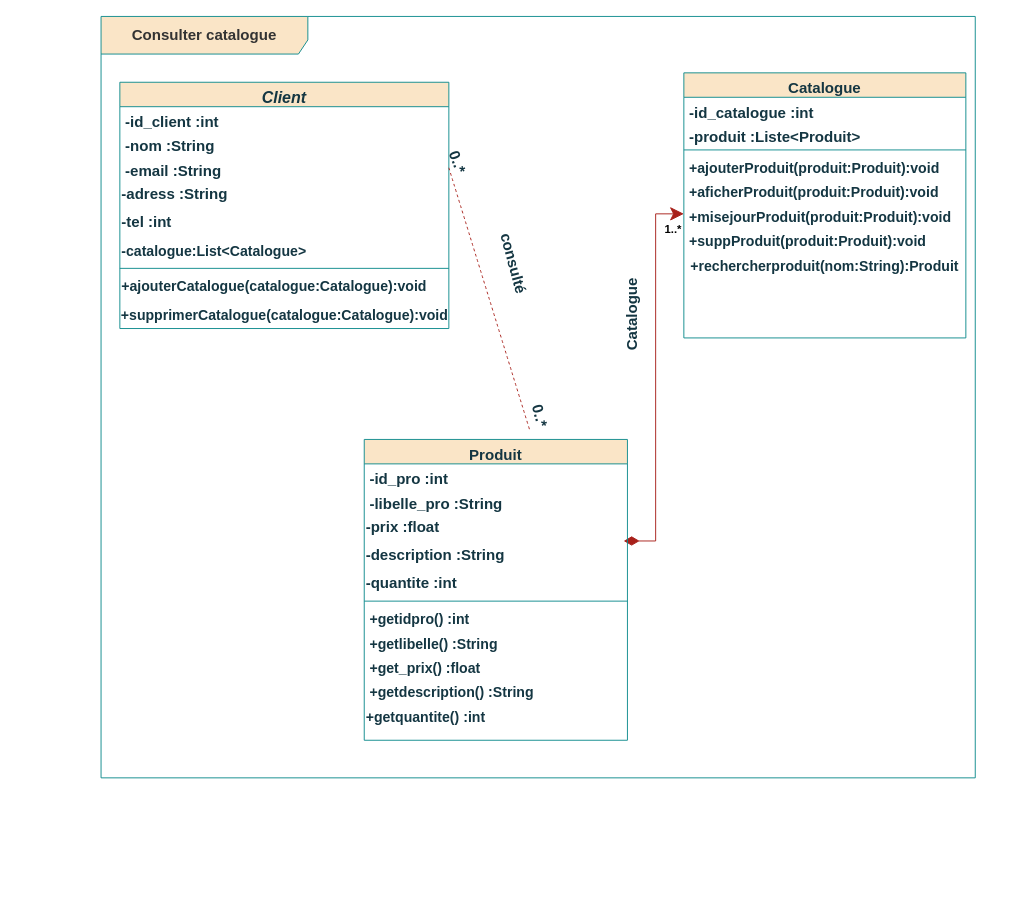
Before: page "Page-1" (1 of 3) of Class Diagram.drawio in hananemazyan/DIAGRAMS, a draw.io diagram. Source tidied: cells renumbered, new cells numbered last; positions are measured from the earlier drawing's top-left corner, leaving out a move shared by most shapes. Both pictures are drawn from the tidied source at 94%, with x=0, y=0 at pixel (101, 16).
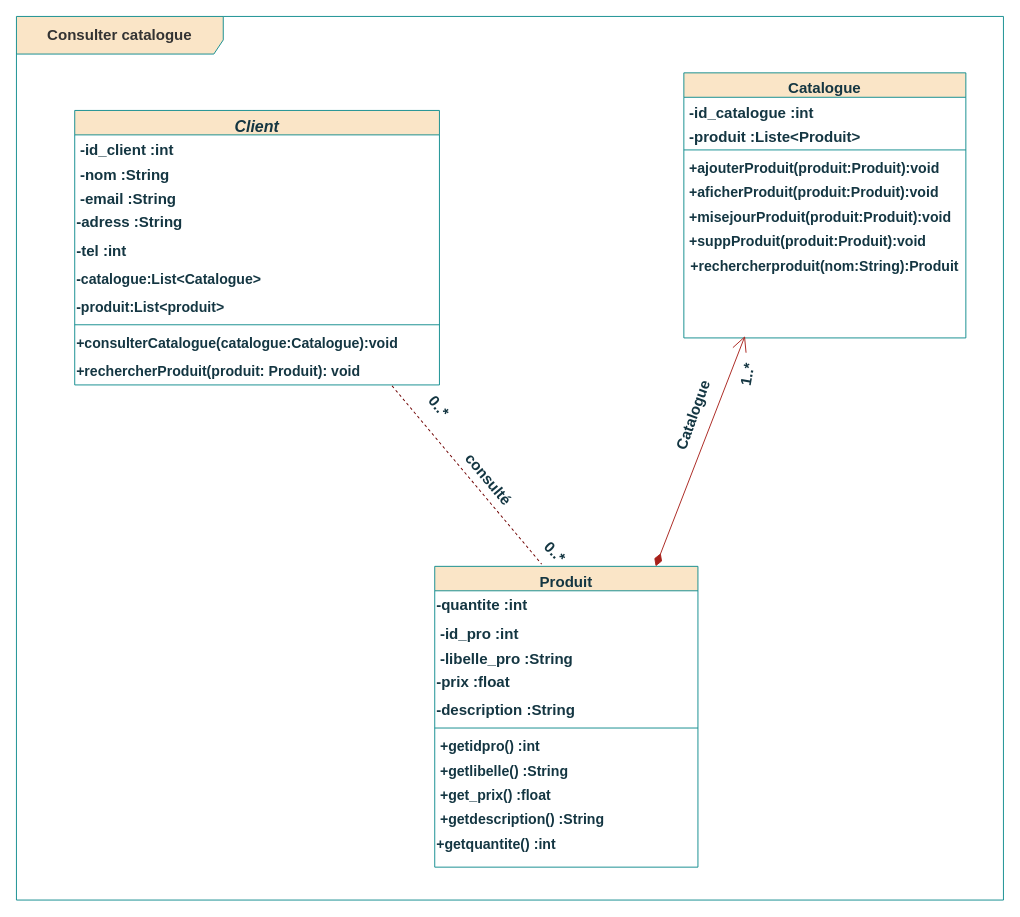
Above is the later version.

The edit, as a diff of the source:
```diff
@@
     <mxCell id="2" value="Client" style="swimlane;fontStyle=3;align=center;verticalAlign=top;horizontal=1;startSize=26;rounded=0;shadow=0;strokeWidth=1;fontSize=17;fillColor=#FAE5C7;strokeColor=#0F8B8D;fontColor=#143642;labelBackgroundColor=none;" parent="1" vertex="1">
-      <mxGeometry x="20" y="70" width="350" height="262" as="geometry" />
+      <mxGeometry x="-28" y="100" width="388" height="292" as="geometry" />
     </mxCell>
     <mxCell id="3" value="-id_client :int" style="text;align=left;verticalAlign=top;spacingLeft=4;spacingRight=4;overflow=hidden;fontSize=16;fontStyle=1;labelBackgroundColor=none;fontColor=#143642;" parent="2" vertex="1">
-      <mxGeometry y="26" width="350" height="26" as="geometry" />
+      <mxGeometry y="26" width="388" height="26" as="geometry" />
     </mxCell>
     <mxCell id="4" value="-nom :String" style="text;align=left;verticalAlign=top;spacingLeft=4;spacingRight=4;overflow=hidden;rounded=0;shadow=0;html=0;fontSize=16;fontStyle=1;labelBackgroundColor=none;fontColor=#143642;" parent="2" vertex="1">
-      <mxGeometry y="52" width="350" height="26" as="geometry" />
+      <mxGeometry y="52" width="388" height="26" as="geometry" />
     </mxCell>
     <mxCell id="5" value="-email :String" style="text;align=left;verticalAlign=top;spacingLeft=4;spacingRight=4;overflow=hidden;points=[[0,0.5],[1,0.5]];portConstraint=eastwest;rounded=0;shadow=0;html=0;fontSize=16;fontStyle=1;labelBackgroundColor=none;fontColor=#143642;" parent="2" vertex="1">
-      <mxGeometry y="78" width="350" height="26" as="geometry" />
+      <mxGeometry y="78" width="388" height="26" as="geometry" />
     </mxCell>
     <mxCell id="6" value="&lt;b&gt;-adress :String&lt;/b&gt;" style="text;strokeColor=none;fillColor=none;html=1;align=left;verticalAlign=middle;whiteSpace=wrap;rounded=0;fontSize=16;labelBackgroundColor=none;fontColor=#143642;" parent="2" vertex="1">
-      <mxGeometry y="104" width="350" height="30" as="geometry" />
+      <mxGeometry y="104" width="388" height="30" as="geometry" />
     </mxCell>
     <mxCell id="7" value="&lt;b&gt;-tel :int&lt;/b&gt;" style="text;strokeColor=none;fillColor=none;html=1;align=left;verticalAlign=middle;whiteSpace=wrap;rounded=0;fontSize=16;labelBackgroundColor=none;fontColor=#143642;" parent="2" vertex="1">
-      <mxGeometry y="134" width="350" height="30" as="geometry" />
+      <mxGeometry y="134" width="388" height="30" as="geometry" />
     </mxCell>
     <mxCell id="8" value="&lt;span style=&quot;font-size: 15px;&quot;&gt;&lt;b&gt;-catalogue:List&amp;lt;Catalogue&amp;gt;&lt;/b&gt;&lt;/span&gt;" style="text;strokeColor=none;fillColor=none;html=1;align=left;verticalAlign=middle;whiteSpace=wrap;rounded=0;fontSize=16;labelBackgroundColor=none;fontColor=#143642;" parent="2" vertex="1">
-      <mxGeometry y="164" width="350" height="30" as="geometry" />
+      <mxGeometry y="164" width="388" height="30" as="geometry" />
     </mxCell>
+    <mxCell id="40" value="&lt;b style=&quot;font-size: 15px;&quot;&gt;-produit:List&amp;lt;produit&amp;gt;&lt;/b&gt;" style="text;strokeColor=none;fillColor=none;html=1;align=left;verticalAlign=middle;whiteSpace=wrap;rounded=0;fontSize=16;fontColor=#143642;" parent="2" vertex="1">
+      <mxGeometry y="194" width="388" height="30" as="geometry" />
+    </mxCell>
     <mxCell id="9" style="line;html=1;strokeWidth=1;align=left;verticalAlign=middle;spacingTop=-1;spacingLeft=3;spacingRight=3;labelPosition=right;strokeColor=#0F8B8D;labelBackgroundColor=none;fillColor=#FAE5C7;fontColor=#143642;" parent="2" vertex="1">
-      <mxGeometry y="194" width="350" height="8" as="geometry" />
+      <mxGeometry y="224" width="388" height="8" as="geometry" />
     </mxCell>
-    <mxCell id="10" value="&lt;b&gt;+ajouterCatalogue(catalogue:Catalogue):void&lt;/b&gt;" style="text;html=1;align=left;verticalAlign=middle;whiteSpace=wrap;rounded=0;fontSize=15;strokeWidth=5;fillColor=none;strokeColor=none;glass=0;labelBackgroundColor=none;fontColor=#143642;" parent="2" vertex="1">
-      <mxGeometry y="202" width="350" height="30" as="geometry" />
+    <mxCell id="10" value="&lt;b&gt;+consulterCatalogue(catalogue:Catalogue):void&lt;/b&gt;" style="text;html=1;align=left;verticalAlign=middle;whiteSpace=wrap;rounded=0;fontSize=15;strokeWidth=5;fillColor=none;strokeColor=none;glass=0;labelBackgroundColor=none;fontColor=#143642;" parent="2" vertex="1">
+      <mxGeometry y="232" width="388" height="30" as="geometry" />
     </mxCell>
-    <mxCell id="11" value="&lt;b&gt;+supprimerCatalogue(catalogue:Catalogue):void&lt;/b&gt;" style="text;html=1;align=center;verticalAlign=middle;strokeColor=none;fillColor=none;fontSize=15;labelBackgroundColor=none;fontColor=#143642;" parent="2" vertex="1">
-      <mxGeometry y="232" width="350" height="30" as="geometry" />
+    <mxCell id="11" value="&lt;b&gt;+rechercherProduit(produit: Produit): void&lt;/b&gt;" style="text;html=1;align=left;verticalAlign=middle;strokeColor=none;fillColor=none;fontSize=15;labelBackgroundColor=none;fontColor=#143642;" parent="2" vertex="1">
+      <mxGeometry y="262" width="388" height="30" as="geometry" />
     </mxCell>
-    <mxCell id="12" value="&lt;b&gt;1..*&lt;/b&gt;" style="endArrow=classic;html=1;endSize=12;startArrow=diamondThin;startSize=14;startFill=1;edgeStyle=elbowEdgeStyle;align=left;verticalAlign=bottom;rounded=0;fontSize=12;exitX=0.75;exitY=0;exitDx=0;exitDy=0;entryX=-0.007;entryY=0.769;entryDx=0;entryDy=0;entryPerimeter=0;labelBackgroundColor=none;strokeColor=#A8201A;fontColor=default;endFill=1;" parent="1" edge="1">
-      <mxGeometry x="0.73" y="-8" relative="1" as="geometry">
-        <mxPoint x="556" y="558" as="sourcePoint" />
-        <mxPoint x="620" y="210" as="targetPoint" />
-        <Array as="points">
-          <mxPoint x="590" y="438" />
-        </Array>
-      </mxGeometry>
-    </mxCell>
     <mxCell id="13" value="Produit" style="swimlane;fontStyle=1;align=center;verticalAlign=top;horizontal=1;startSize=26;rounded=0;shadow=0;strokeWidth=1;fontSize=16;fillColor=#FAE5C7;fontColor=#143642;strokeColor=#0F8B8D;labelBackgroundColor=none;" parent="1" vertex="1">
-      <mxGeometry x="280" y="450" width="280" height="320" as="geometry" />
+      <mxGeometry x="355" y="585" width="280" height="320" as="geometry" />
     </mxCell>
+    <mxCell id="18" value="&lt;b&gt;-quantite :int&lt;/b&gt;" style="text;strokeColor=none;fillColor=none;html=1;align=left;verticalAlign=middle;whiteSpace=wrap;rounded=0;fontSize=16;labelBackgroundColor=none;fontColor=#143642;" parent="13" vertex="1">
+      <mxGeometry y="26" width="280" height="30" as="geometry" />
+    </mxCell>
     <mxCell id="14" value="-id_pro :int" style="text;align=left;verticalAlign=top;spacingLeft=4;spacingRight=4;overflow=hidden;fontSize=16;fontStyle=1;labelBackgroundColor=none;fontColor=#143642;" parent="13" vertex="1">
-      <mxGeometry y="26" width="280" height="26" as="geometry" />
+      <mxGeometry y="56" width="280" height="26" as="geometry" />
     </mxCell>
     <mxCell id="15" value="-libelle_pro :String" style="text;align=left;verticalAlign=top;spacingLeft=4;spacingRight=4;overflow=hidden;rounded=0;shadow=0;html=0;fontStyle=1;fontSize=16;labelBackgroundColor=none;fontColor=#143642;" parent="13" vertex="1">
-      <mxGeometry y="52" width="280" height="26" as="geometry" />
+      <mxGeometry y="82" width="280" height="26" as="geometry" />
     </mxCell>
     <mxCell id="16" value="&lt;b&gt;-prix :float&lt;/b&gt;" style="text;strokeColor=none;fillColor=none;html=1;align=left;verticalAlign=middle;whiteSpace=wrap;rounded=0;fontSize=16;labelBackgroundColor=none;fontColor=#143642;" parent="13" vertex="1">
-      <mxGeometry y="78" width="280" height="30" as="geometry" />
+      <mxGeometry y="108" width="280" height="30" as="geometry" />
     </mxCell>
     <mxCell id="17" value="&lt;b&gt;-description :String&lt;/b&gt;" style="text;strokeColor=none;fillColor=none;html=1;align=left;verticalAlign=middle;whiteSpace=wrap;rounded=0;fontSize=16;labelBackgroundColor=none;fontColor=#143642;" parent="13" vertex="1">
-      <mxGeometry y="108" width="280" height="30" as="geometry" />
+      <mxGeometry y="138" width="280" height="30" as="geometry" />
     </mxCell>
-    <mxCell id="18" value="&lt;b&gt;-quantite :int&lt;/b&gt;" style="text;strokeColor=none;fillColor=none;html=1;align=left;verticalAlign=middle;whiteSpace=wrap;rounded=0;fontSize=16;labelBackgroundColor=none;fontColor=#143642;" parent="13" vertex="1">
-      <mxGeometry y="138" width="280" height="30" as="geometry" />
-    </mxCell>
@@
-    <mxCell id="34" style="endArrow=none;dashed=1;html=1;rounded=0;fontSize=12;startSize=8;endSize=8;curved=1;exitX=1;exitY=0.5;exitDx=0;exitDy=0;labelBackgroundColor=none;strokeColor=#A8201A;fontColor=default;" parent="1" edge="1" source="5">
-      <mxGeometry relative="1" as="geometry">
-        <mxPoint x="456" y="440" as="targetPoint" />
-      </mxGeometry>
-    </mxCell>
-    <mxCell id="35" value="&lt;b&gt;consulté&amp;nbsp;&lt;/b&gt;" style="text;strokeColor=none;fillColor=none;html=1;align=center;verticalAlign=middle;whiteSpace=wrap;rounded=0;fontSize=16;rotation=75;labelBackgroundColor=none;fontColor=#143642;" parent="1" vertex="1">
-      <mxGeometry x="370" y="250" width="140" height="30" as="geometry" />
+    <mxCell id="35" value="&lt;b&gt;consulté&amp;nbsp;&lt;/b&gt;" style="text;strokeColor=none;fillColor=none;html=1;align=center;verticalAlign=middle;whiteSpace=wrap;rounded=0;fontSize=16;rotation=50;labelBackgroundColor=none;fontColor=#143642;" parent="1" vertex="1">
+      <mxGeometry x="344" y="479.1" width="140" height="30" as="geometry" />
     </mxCell>
-    <mxCell id="36" value="&lt;b&gt;0..*&lt;/b&gt;" style="text;strokeColor=none;fillColor=none;html=1;align=center;verticalAlign=middle;whiteSpace=wrap;rounded=0;fontSize=16;rotation=70;labelBackgroundColor=none;fontColor=#143642;" parent="1" vertex="1">
-      <mxGeometry x="310" y="140" width="140" height="30" as="geometry" />
+    <mxCell id="36" value="&lt;b&gt;0..*&lt;/b&gt;" style="text;strokeColor=none;fillColor=none;html=1;align=center;verticalAlign=middle;whiteSpace=wrap;rounded=0;fontSize=16;rotation=50;labelBackgroundColor=none;fontColor=#143642;" parent="1" vertex="1">
+      <mxGeometry x="290" y="400" width="140" height="30" as="geometry" />
     </mxCell>
-    <mxCell id="37" value="&lt;b&gt;Catalogue&lt;/b&gt;" style="text;strokeColor=none;fillColor=none;html=1;align=center;verticalAlign=middle;whiteSpace=wrap;rounded=0;fontSize=16;rotation=-90;labelBackgroundColor=none;fontColor=#143642;" parent="1" vertex="1">
-      <mxGeometry x="495" y="302" width="140" height="30" as="geometry" />
+    <mxCell id="37" value="&lt;b&gt;Catalogue&lt;/b&gt;" style="text;strokeColor=none;fillColor=none;html=1;align=center;verticalAlign=middle;whiteSpace=wrap;rounded=0;fontSize=16;rotation=-70;labelBackgroundColor=none;fontColor=#143642;" parent="1" vertex="1">
+      <mxGeometry x="560" y="409.2" width="140" height="30" as="geometry" />
     </mxCell>
     <mxCell id="38" value="&lt;b style=&quot;&quot;&gt;&lt;font color=&quot;#333333&quot;&gt;Consulter catalogue&lt;/font&gt;&lt;/b&gt;" style="shape=umlFrame;whiteSpace=wrap;html=1;fontSize=16;width=220;height=40;fillColor=#FAE5C7;strokeColor=#0F8B8D;swimlaneFillColor=none;labelBackgroundColor=none;fontColor=#143642;" parent="1" vertex="1">
-      <mxGeometry width="930" height="810" as="geometry" />
+      <mxGeometry x="-90" width="1050" height="940" as="geometry" />
     </mxCell>
-    <mxCell id="39" value="&lt;b&gt;0..*&lt;/b&gt;" style="text;strokeColor=none;fillColor=none;html=1;align=center;verticalAlign=middle;whiteSpace=wrap;rounded=0;fontSize=16;rotation=75;labelBackgroundColor=none;fontColor=#143642;" parent="1" vertex="1">
-      <mxGeometry x="440" y="410" width="55" height="30" as="geometry" />
+    <mxCell id="39" value="&lt;b&gt;0..*&lt;/b&gt;" style="text;strokeColor=none;fillColor=none;html=1;align=center;verticalAlign=middle;whiteSpace=wrap;rounded=0;fontSize=16;rotation=45;labelBackgroundColor=none;fontColor=#143642;" parent="1" vertex="1">
+      <mxGeometry x="456" y="555" width="55" height="30" as="geometry" />
     </mxCell>
+    <mxCell id="41" style="line;strokeWidth=1;html=1;strokeColor=#6F0000;fontSize=16;fontColor=#ffffff;fillColor=#a20025;rotation=50;dashed=1;" parent="1" vertex="1">
+      <mxGeometry x="265.4" y="482.8" width="247.5" height="10" as="geometry" />
+    </mxCell>
+    <mxCell id="42" style="endArrow=diamondThin;html=1;endSize=12;startArrow=open;startSize=14;startFill=0;align=left;verticalAlign=bottom;rounded=0;strokeColor=#A8201A;fontSize=12;fontColor=#143642;fillColor=#FAE5C7;endFill=1;" parent="1" edge="1">
+      <mxGeometry x="-0.91" y="107" relative="1" as="geometry">
+        <mxPoint x="685" y="340" as="sourcePoint" />
+        <mxPoint x="590" y="585" as="targetPoint" />
+      </mxGeometry>
+    </mxCell>
+    <mxCell id="12" value="&lt;b&gt;1..*&lt;/b&gt;" style="text;strokeColor=none;fillColor=none;html=1;align=left;verticalAlign=middle;whiteSpace=wrap;rounded=0;fontSize=16;fontColor=#143642;rotation=-80;" parent="1" vertex="1">
+      <mxGeometry x="660" y="350" width="60" height="30" as="geometry" />
+    </mxCell>
```
